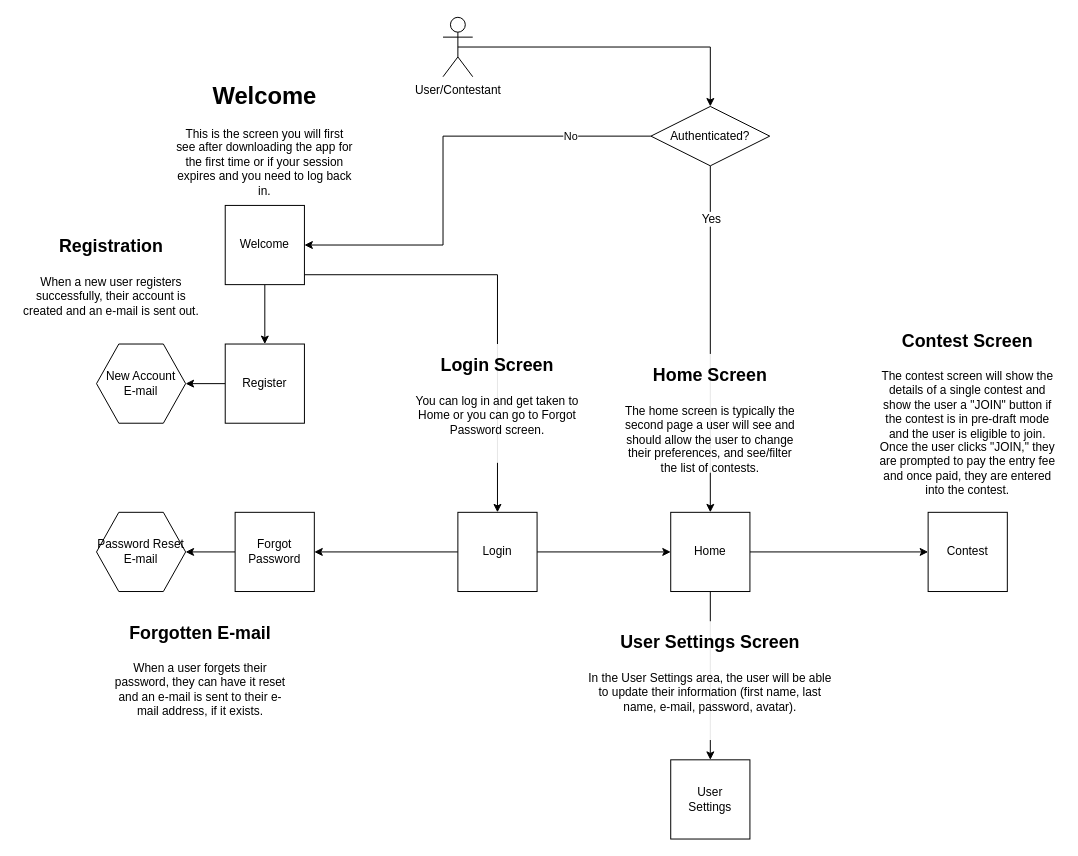
Before: User_Flow.drawio in tdlm/teamdraft, a draw.io diagram. Source tidied: cells renumbered, new cells numbered last; positions are measured from the earlier drawing's top-left corner, leaving out a move shared by most shapes. Both pictures are drawn from the tidied source at 99%, with x=0, y=0 at pixel (17, 17).
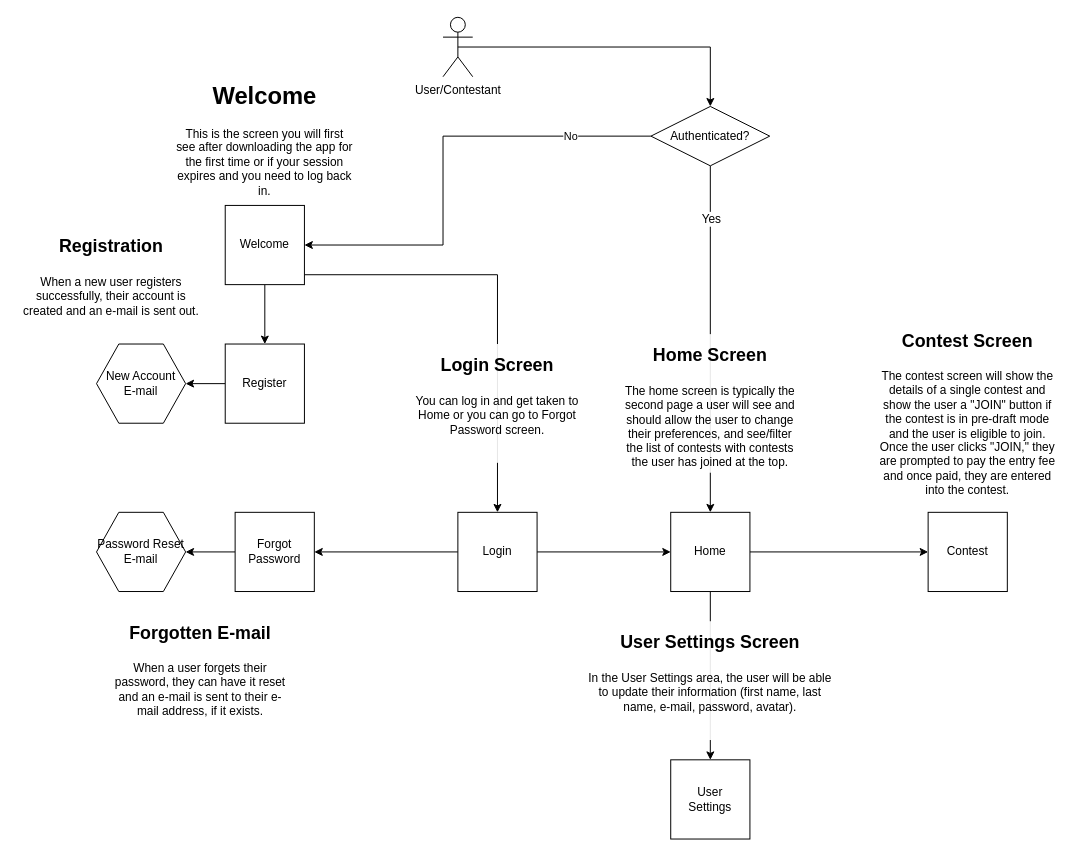
The same diagram, later.

Diff of the diagram source:
```diff
@@
-    <mxCell id="29" value="&lt;h1&gt;&lt;font style=&quot;font-size: 18px&quot;&gt;Home Screen&lt;/font&gt;&lt;/h1&gt;&lt;p&gt;The home screen is typically the second page a user will see and should allow the user to change their preferences, and see/filter the list of contests.&lt;/p&gt;" style="text;html=1;spacing=5;spacingTop=-20;whiteSpace=wrap;overflow=hidden;rounded=0;align=center;fillColor=#ffffff;opacity=90;" parent="1" vertex="1">
-      <mxGeometry x="605" y="340" width="190" height="120" as="geometry" />
+    <mxCell id="29" value="&lt;h1&gt;&lt;font style=&quot;font-size: 18px&quot;&gt;Home Screen&lt;/font&gt;&lt;/h1&gt;&lt;p&gt;The home screen is typically the second page a user will see and should allow the user to change their preferences, and see/filter the list of contests with contests the user has joined at the top.&lt;/p&gt;" style="text;html=1;spacing=5;spacingTop=-20;whiteSpace=wrap;overflow=hidden;rounded=0;align=center;fillColor=#ffffff;opacity=90;" parent="1" vertex="1">
+      <mxGeometry x="605" y="320" width="190" height="140" as="geometry" />
     </mxCell>
```
